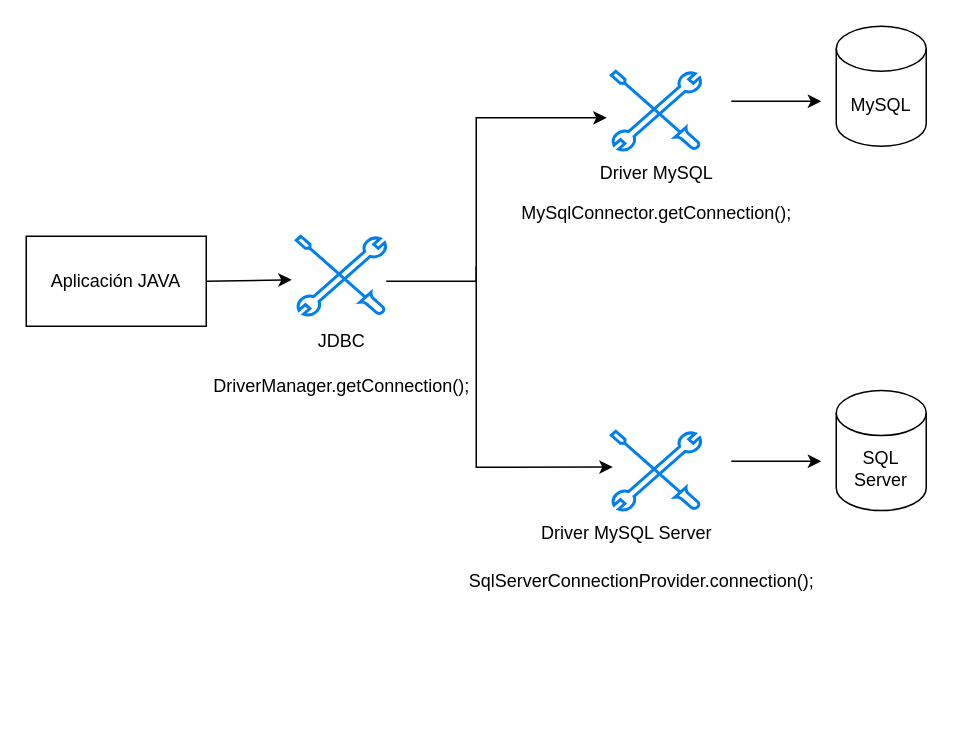
fmtorrejon/app.diagrams.net keeps this draw.io diagram as Untitled Diagram.drawio. Above is the earlier version. Source tidied: cells renumbered, new cells numbered last; positions are measured from the earlier drawing's top-left corner, leaving out a move shared by most shapes. Both pictures are drawn from the tidied source at 150%, with x=0, y=0 at pixel (26, 26).
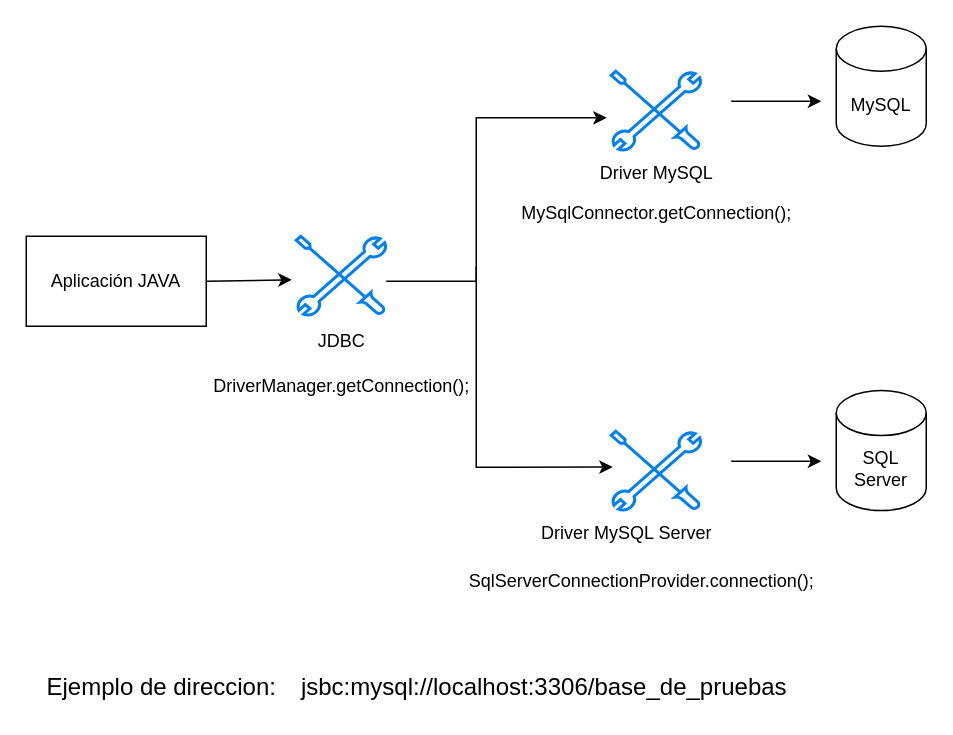
The same page after the edit.

Commit message:
Java-MySQL-Interface-Diagram

Change to the diagram source:
```diff
@@
+    <mxCell id="19" value="&lt;font style=&quot;font-size: 16px;&quot;&gt;jsbc:mysql://localhost:3306/base_de_pruebas&lt;/font&gt;" style="text;html=1;align=center;verticalAlign=middle;strokeColor=none;fillColor=none;" parent="1" vertex="1">
+      <mxGeometry x="170" y="425" width="350" height="30" as="geometry" />
+    </mxCell>
+    <mxCell id="20" value="Ejemplo de direccion:" style="text;html=1;align=center;verticalAlign=middle;strokeColor=none;fillColor=none;fontSize=16;" parent="1" vertex="1">
+      <mxGeometry y="425" width="180" height="30" as="geometry" />
+    </mxCell>
```
